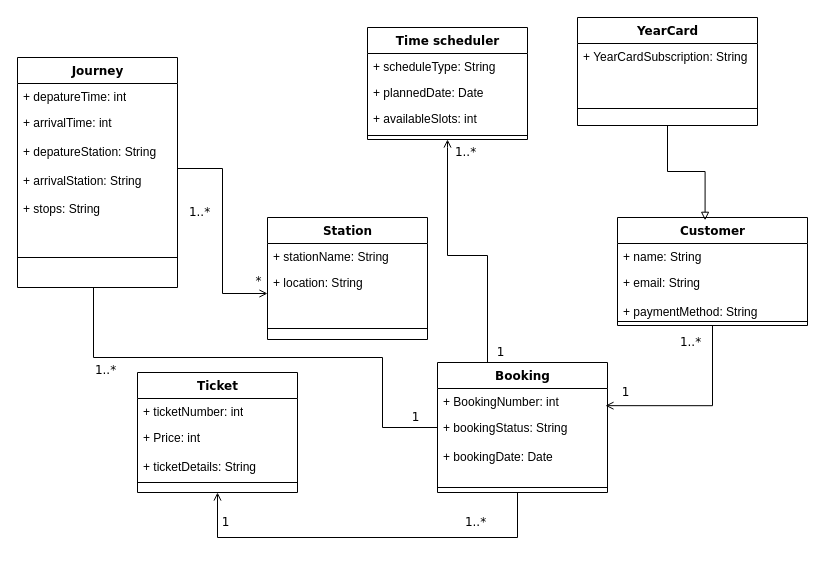
Earlier version of the draw.io diagram Class diagram.drawio (iafsh/TDDC88-lab3-UML). Source tidied: cells renumbered, new cells numbered last; positions are measured from the earlier drawing's top-left corner, leaving out a move shared by most shapes. Both pictures are drawn from the tidied source at 100%, with x=0, y=0 at pixel (17, 17).
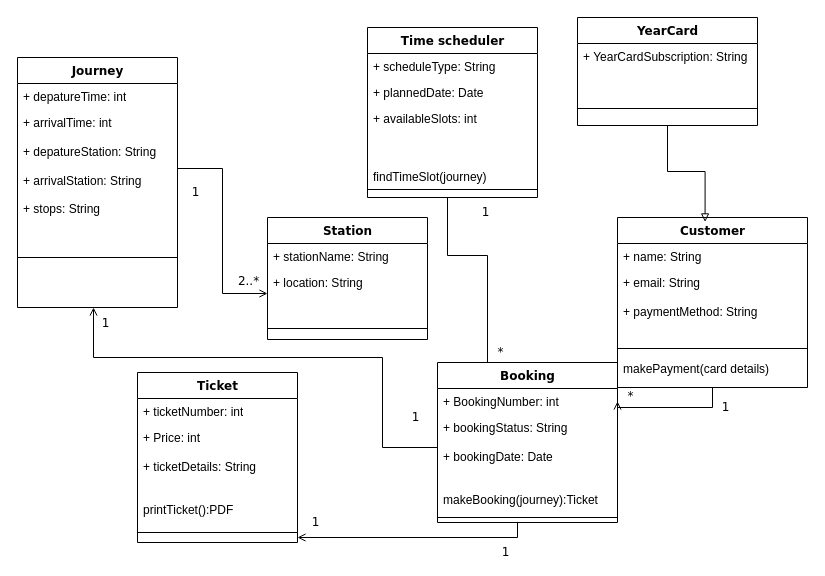
The same page after the edit.

The edit, as a diff of the source:
```diff
@@
     <mxCell id="2" value="Customer" style="swimlane;html=1;fontStyle=1;align=center;verticalAlign=top;horizontal=1;startSize=26;swimlaneFillColor=#ffffff;rounded=0;shadow=0;comic=0;labelBackgroundColor=none;strokeWidth=1;fillColor=none;fontFamily=Verdana;fontSize=12;" parent="1" vertex="1">
-      <mxGeometry x="600" y="200" width="190" height="108" as="geometry" />
+      <mxGeometry x="600" y="200" width="190" height="170" as="geometry" />
     </mxCell>
@@
-    <mxCell id="4" value="+ email: String&lt;div&gt;&lt;br&gt;&lt;/div&gt;&lt;div&gt;+ paymentMethod: String&lt;/div&gt;" style="text;html=1;strokeColor=none;fillColor=none;align=left;verticalAlign=top;spacingLeft=4;spacingRight=4;whiteSpace=wrap;overflow=hidden;" parent="2" vertex="1">
-      <mxGeometry y="52" width="190" height="48" as="geometry" />
+    <mxCell id="4" value="+ email: String&lt;div&gt;&lt;br&gt;&lt;/div&gt;&lt;div&gt;+ paymentMethod: String&lt;/div&gt;&lt;div&gt;&lt;br&gt;&lt;/div&gt;&lt;div&gt;&lt;br&gt;&lt;/div&gt;&lt;div&gt;&lt;br&gt;&lt;/div&gt;&lt;div&gt;makePayment(card details)&lt;/div&gt;" style="text;html=1;strokeColor=none;fillColor=none;align=left;verticalAlign=top;spacingLeft=4;spacingRight=4;whiteSpace=wrap;overflow=hidden;" parent="2" vertex="1">
+      <mxGeometry y="52" width="190" height="118" as="geometry" />
     </mxCell>
-    <mxCell id="5" style="line;html=1;strokeWidth=1;fillColor=none;align=left;verticalAlign=middle;spacingTop=-1;spacingLeft=3;spacingRight=3;labelPosition=right;" parent="2" vertex="1">
-      <mxGeometry y="100" width="190" height="8" as="geometry" />
-    </mxCell>
-    <mxCell id="6" style="edgeStyle=orthogonalEdgeStyle;rounded=0;jettySize=auto;html=1;endArrow=open;endFill=0;" parent="1" edge="1" source="8" target="16">
+    <mxCell id="6" style="edgeStyle=orthogonalEdgeStyle;rounded=0;jettySize=auto;html=1;endArrow=open;endFill=0;" parent="1" edge="1" target="16">
       <mxGeometry relative="1" as="geometry">
+        <mxPoint x="500" y="490" as="sourcePoint" />
         <Array as="points">
           <mxPoint x="500" y="520" />
           <mxPoint x="200" y="520" />
         </Array>
       </mxGeometry>
     </mxCell>
@@
     <mxCell id="8" value="Booking" style="swimlane;html=1;fontStyle=1;align=center;verticalAlign=top;horizontal=1;startSize=26;swimlaneFillColor=#ffffff;rounded=0;shadow=0;comic=0;labelBackgroundColor=none;strokeWidth=1;fillColor=none;fontFamily=Verdana;fontSize=12;" parent="1" vertex="1">
-      <mxGeometry x="420" y="345" width="170" height="130" as="geometry" />
+      <mxGeometry x="420" y="345" width="180" height="160" as="geometry" />
     </mxCell>
     <mxCell id="9" value="+ BookingNumber: int" style="text;html=1;strokeColor=none;fillColor=none;align=left;verticalAlign=top;spacingLeft=4;spacingRight=4;whiteSpace=wrap;overflow=hidden;points=[[0,0.5],[1,0.5]];portConstraint=eastwest;" parent="8" vertex="1">
-      <mxGeometry y="26" width="170" height="26" as="geometry" />
+      <mxGeometry y="26" width="180" height="26" as="geometry" />
     </mxCell>
-    <mxCell id="10" style="edgeStyle=orthogonalEdgeStyle;rounded=0;jettySize=auto;html=1;endArrow=open;endFill=0;" parent="8" edge="1" source="11">
-      <mxGeometry relative="1" as="geometry">
-        <mxPoint x="-345" y="-95" as="targetPoint" />
-        <Array as="points">
-          <mxPoint x="-55" y="65" />
-          <mxPoint x="-55" y="-5" />
-          <mxPoint x="-344" y="-5" />
-          <mxPoint x="-344" y="-85" />
-        </Array>
-      </mxGeometry>
-    </mxCell>
-    <mxCell id="11" value="+ bookingStatus: String&lt;div&gt;&lt;br&gt;&lt;/div&gt;&lt;div&gt;+ bookingDate: Date&lt;/div&gt;" style="text;html=1;strokeColor=none;fillColor=none;align=left;verticalAlign=top;spacingLeft=4;spacingRight=4;whiteSpace=wrap;overflow=hidden;points=[[0,0.5],[1,0.5]];portConstraint=eastwest;" parent="8" vertex="1">
-      <mxGeometry y="52" width="170" height="68" as="geometry" />
+    <mxCell id="11" value="+ bookingStatus: String&lt;div&gt;&lt;br&gt;&lt;/div&gt;&lt;div&gt;+ bookingDate: Date&lt;/div&gt;&lt;div&gt;&lt;br&gt;&lt;/div&gt;&lt;div&gt;&lt;br&gt;&lt;/div&gt;&lt;div&gt;makeBooking(journey):Ticket&lt;/div&gt;&lt;div&gt;&lt;br&gt;&lt;/div&gt;&lt;div&gt;&lt;br&gt;&lt;/div&gt;" style="text;html=1;strokeColor=none;fillColor=none;align=left;verticalAlign=top;spacingLeft=4;spacingRight=4;whiteSpace=wrap;overflow=hidden;points=[[0,0.5],[1,0.5]];portConstraint=eastwest;" parent="8" vertex="1">
+      <mxGeometry y="52" width="180" height="98" as="geometry" />
     </mxCell>
     <mxCell id="12" style="line;html=1;strokeWidth=1;fillColor=none;align=left;verticalAlign=middle;spacingTop=-1;spacingLeft=3;spacingRight=3;labelPosition=right;" parent="8" vertex="1">
-      <mxGeometry y="120" width="170" height="10" as="geometry" />
+      <mxGeometry y="150" width="180" height="10" as="geometry" />
     </mxCell>
     <mxCell id="13" value="Ticket" style="swimlane;html=1;fontStyle=1;align=center;verticalAlign=top;horizontal=1;startSize=26;swimlaneFillColor=#ffffff;rounded=0;shadow=0;comic=0;labelBackgroundColor=none;strokeWidth=1;fillColor=none;fontFamily=Verdana;fontSize=12;" parent="1" vertex="1">
-      <mxGeometry x="120" y="355" width="160" height="120" as="geometry" />
+      <mxGeometry x="120" y="355" width="160" height="170" as="geometry" />
     </mxCell>
@@
-    <mxCell id="15" value="+ Price: int&lt;div&gt;&lt;br&gt;&lt;div&gt;+ ticketDetails: String&lt;/div&gt;&lt;/div&gt;" style="text;html=1;strokeColor=none;fillColor=none;align=left;verticalAlign=top;spacingLeft=4;spacingRight=4;whiteSpace=wrap;overflow=hidden;" parent="13" vertex="1">
-      <mxGeometry y="52" width="160" height="48" as="geometry" />
+    <mxCell id="15" value="+ Price: int&lt;div&gt;&lt;br&gt;&lt;div&gt;+ ticketDetails: String&lt;/div&gt;&lt;div&gt;&lt;br&gt;&lt;/div&gt;&lt;div&gt;&lt;br&gt;&lt;/div&gt;&lt;div&gt;printTicket():PDF&lt;/div&gt;&lt;/div&gt;" style="text;html=1;strokeColor=none;fillColor=none;align=left;verticalAlign=top;spacingLeft=4;spacingRight=4;whiteSpace=wrap;overflow=hidden;" parent="13" vertex="1">
+      <mxGeometry y="52" width="160" height="98" as="geometry" />
     </mxCell>
     <mxCell id="16" style="line;html=1;strokeWidth=1;fillColor=none;align=left;verticalAlign=middle;spacingTop=-1;spacingLeft=3;spacingRight=3;labelPosition=right;points=[];portConstraint=eastwest;" parent="13" vertex="1">
-      <mxGeometry y="100" width="160" height="20" as="geometry" />
+      <mxGeometry y="150" width="160" height="20" as="geometry" />
     </mxCell>
     <mxCell id="17" value="Time scheduler" style="swimlane;html=1;fontStyle=1;align=center;verticalAlign=top;horizontal=1;startSize=26;swimlaneFillColor=#ffffff;rounded=0;shadow=0;comic=0;labelBackgroundColor=none;strokeWidth=1;fillColor=none;fontFamily=Verdana;fontSize=12;" parent="1" vertex="1">
-      <mxGeometry x="350" y="10" width="160" height="112" as="geometry" />
+      <mxGeometry x="350" y="10" width="170" height="170" as="geometry" />
     </mxCell>
     <mxCell id="18" value="+ scheduleType: String" style="text;html=1;strokeColor=none;fillColor=none;align=left;verticalAlign=top;spacingLeft=4;spacingRight=4;whiteSpace=wrap;overflow=hidden;" parent="17" vertex="1">
-      <mxGeometry y="26" width="160" height="26" as="geometry" />
+      <mxGeometry y="26" width="170" height="26" as="geometry" />
     </mxCell>
     <mxCell id="19" value="+ plannedDate: Date" style="text;html=1;strokeColor=none;fillColor=none;align=left;verticalAlign=top;spacingLeft=4;spacingRight=4;whiteSpace=wrap;overflow=hidden;" parent="17" vertex="1">
-      <mxGeometry y="52" width="160" height="26" as="geometry" />
+      <mxGeometry y="52" width="170" height="26" as="geometry" />
     </mxCell>
-    <mxCell id="20" value="+ availableSlots: int" style="text;html=1;strokeColor=none;fillColor=none;align=left;verticalAlign=top;spacingLeft=4;spacingRight=4;whiteSpace=wrap;overflow=hidden;" parent="17" vertex="1">
-      <mxGeometry y="78" width="160" height="26" as="geometry" />
+    <mxCell id="20" value="+ availableSlots: int&lt;div&gt;&lt;br&gt;&lt;/div&gt;&lt;div&gt;&lt;br&gt;&lt;/div&gt;&lt;div&gt;&lt;br&gt;&lt;/div&gt;&lt;div&gt;findTimeSlot(journey)&lt;/div&gt;" style="text;html=1;strokeColor=none;fillColor=none;align=left;verticalAlign=top;spacingLeft=4;spacingRight=4;whiteSpace=wrap;overflow=hidden;" parent="17" vertex="1">
+      <mxGeometry y="78" width="170" height="82" as="geometry" />
     </mxCell>
     <mxCell id="21" style="line;html=1;strokeWidth=1;fillColor=none;align=left;verticalAlign=middle;spacingTop=-1;spacingLeft=3;spacingRight=3;labelPosition=right;" parent="17" vertex="1">
-      <mxGeometry y="104" width="160" height="8" as="geometry" />
+      <mxGeometry y="160" width="170" height="4" as="geometry" />
     </mxCell>
     <mxCell id="22" value="Journey" style="swimlane;html=1;fontStyle=1;align=center;verticalAlign=top;horizontal=1;startSize=26;swimlaneFillColor=#ffffff;rounded=0;shadow=0;comic=0;labelBackgroundColor=none;strokeWidth=1;fillColor=none;fontFamily=Verdana;fontSize=12;" parent="1" vertex="1">
-      <mxGeometry y="40" width="160" height="230" as="geometry" />
+      <mxGeometry y="40" width="160" height="250" as="geometry" />
     </mxCell>
@@
-    <mxCell id="31" value="1..*" style="text;html=1;align=center;verticalAlign=middle;labelBackgroundColor=#ffffff;fontSize=12;fontFamily=Verdana;" parent="1" vertex="1">
-      <mxGeometry x="204.2" y="150" as="geometry">
+    <mxCell id="31" value="1" style="text;html=1;align=center;verticalAlign=middle;labelBackgroundColor=#ffffff;fontSize=12;fontFamily=Verdana;" parent="1" vertex="1">
+      <mxGeometry x="200" y="130" as="geometry">
         <mxPoint x="-23" y="44" as="offset" />
       </mxGeometry>
     </mxCell>
-    <mxCell id="32" value="*" style="text;html=1;align=center;verticalAlign=middle;labelBackgroundColor=#ffffff;fontSize=12;fontFamily=Verdana;" parent="1" vertex="1">
-      <mxGeometry x="410" y="160" as="geometry">
+    <mxCell id="32" value="2..*" style="text;html=1;align=center;verticalAlign=middle;labelBackgroundColor=#ffffff;fontSize=12;fontFamily=Verdana;" parent="1" vertex="1">
+      <mxGeometry x="400" y="160" as="geometry">
         <mxPoint x="-170" y="103" as="offset" />
       </mxGeometry>
     </mxCell>
-    <mxCell id="33" style="edgeStyle=orthogonalEdgeStyle;rounded=0;jettySize=auto;html=1;entryX=0.988;entryY=-0.13;entryDx=0;entryDy=0;entryPerimeter=0;endArrow=open;endFill=0;" parent="1" edge="1" source="2" target="11">
-      <mxGeometry relative="1" as="geometry" />
+    <mxCell id="33" style="edgeStyle=orthogonalEdgeStyle;rounded=0;jettySize=auto;html=1;endArrow=open;endFill=0;entryX=1;entryY=0.5;entryDx=0;entryDy=0;" parent="1" edge="1" source="2" target="9">
+      <mxGeometry relative="1" as="geometry">
+        <Array as="points">
+          <mxPoint x="695" y="390" />
+          <mxPoint x="600" y="390" />
+        </Array>
+      </mxGeometry>
     </mxCell>
@@
-    <mxCell id="38" value="1..*" style="text;html=1;align=center;verticalAlign=middle;labelBackgroundColor=#ffffff;fontSize=12;fontFamily=Verdana;" parent="1" vertex="1">
-      <mxGeometry x="695" y="280" as="geometry">
-        <mxPoint x="-23" y="44" as="offset" />
+    <mxCell id="38" value="*" style="text;html=1;align=center;verticalAlign=middle;labelBackgroundColor=#ffffff;fontSize=12;fontFamily=Verdana;" parent="1" vertex="1">
+      <mxGeometry x="630" y="285" as="geometry">
+        <mxPoint x="-18" y="93" as="offset" />
       </mxGeometry>
     </mxCell>
     <mxCell id="39" value="1" style="text;html=1;align=center;verticalAlign=middle;labelBackgroundColor=#ffffff;fontSize=12;fontFamily=Verdana;" parent="1" vertex="1">
-      <mxGeometry x="630" y="330" as="geometry">
+      <mxGeometry x="730" y="345" as="geometry">
         <mxPoint x="-23" y="44" as="offset" />
       </mxGeometry>
     </mxCell>
-    <mxCell id="40" value="1..*" style="text;html=1;align=center;verticalAlign=middle;labelBackgroundColor=#ffffff;fontSize=12;fontFamily=Verdana;" parent="1" vertex="1">
-      <mxGeometry x="480" y="460" as="geometry">
+    <mxCell id="40" value="1" style="text;html=1;align=center;verticalAlign=middle;labelBackgroundColor=#ffffff;fontSize=12;fontFamily=Verdana;" parent="1" vertex="1">
+      <mxGeometry x="510" y="490" as="geometry">
         <mxPoint x="-23" y="44" as="offset" />
       </mxGeometry>
     </mxCell>
     <mxCell id="41" value="1" style="text;html=1;align=center;verticalAlign=middle;labelBackgroundColor=#ffffff;fontSize=12;fontFamily=Verdana;" parent="1" vertex="1">
-      <mxGeometry x="230" y="460" as="geometry">
+      <mxGeometry x="320" y="460" as="geometry">
         <mxPoint x="-23" y="44" as="offset" />
       </mxGeometry>
     </mxCell>
-    <mxCell id="42" value="1..*" style="text;html=1;align=center;verticalAlign=middle;labelBackgroundColor=#ffffff;fontSize=12;fontFamily=Verdana;" parent="1" vertex="1">
-      <mxGeometry x="110" y="308" as="geometry">
+    <mxCell id="42" value="1" style="text;html=1;align=center;verticalAlign=middle;labelBackgroundColor=#ffffff;fontSize=12;fontFamily=Verdana;" parent="1" vertex="1">
+      <mxGeometry x="110" y="261" as="geometry">
         <mxPoint x="-23" y="44" as="offset" />
       </mxGeometry>
     </mxCell>
@@
-    <mxCell id="44" value="1" style="text;html=1;align=center;verticalAlign=middle;labelBackgroundColor=#ffffff;fontSize=12;fontFamily=Verdana;" parent="1" vertex="1">
+    <mxCell id="44" value="*" style="text;html=1;align=center;verticalAlign=middle;labelBackgroundColor=#ffffff;fontSize=12;fontFamily=Verdana;" parent="1" vertex="1">
       <mxGeometry x="505" y="290" as="geometry">
         <mxPoint x="-23" y="44" as="offset" />
       </mxGeometry>
     </mxCell>
-    <mxCell id="45" value="1..*" style="text;html=1;align=center;verticalAlign=middle;labelBackgroundColor=#ffffff;fontSize=12;fontFamily=Verdana;" parent="1" vertex="1">
-      <mxGeometry x="470" y="90" as="geometry">
+    <mxCell id="45" value="1" style="text;html=1;align=center;verticalAlign=middle;labelBackgroundColor=#ffffff;fontSize=12;fontFamily=Verdana;" parent="1" vertex="1">
+      <mxGeometry x="490" y="150" as="geometry">
         <mxPoint x="-23" y="44" as="offset" />
       </mxGeometry>
     </mxCell>
+    <mxCell id="10" style="edgeStyle=orthogonalEdgeStyle;rounded=0;orthogonalLoop=1;jettySize=auto;html=1;endArrow=open;endFill=0;" parent="1" edge="1">
+      <mxGeometry relative="1" as="geometry">
+        <mxPoint x="420" y="430" as="sourcePoint" />
+        <mxPoint x="76" y="290" as="targetPoint" />
+        <Array as="points">
+          <mxPoint x="365" y="430" />
+          <mxPoint x="365" y="340" />
+          <mxPoint x="76" y="340" />
+        </Array>
+      </mxGeometry>
+    </mxCell>
+    <mxCell id="5" style="line;html=1;strokeWidth=1;fillColor=none;align=left;verticalAlign=middle;spacingTop=-1;spacingLeft=3;spacingRight=3;labelPosition=right;" parent="1" vertex="1">
+      <mxGeometry x="600" y="327" width="190" height="8" as="geometry" />
+    </mxCell>
```
